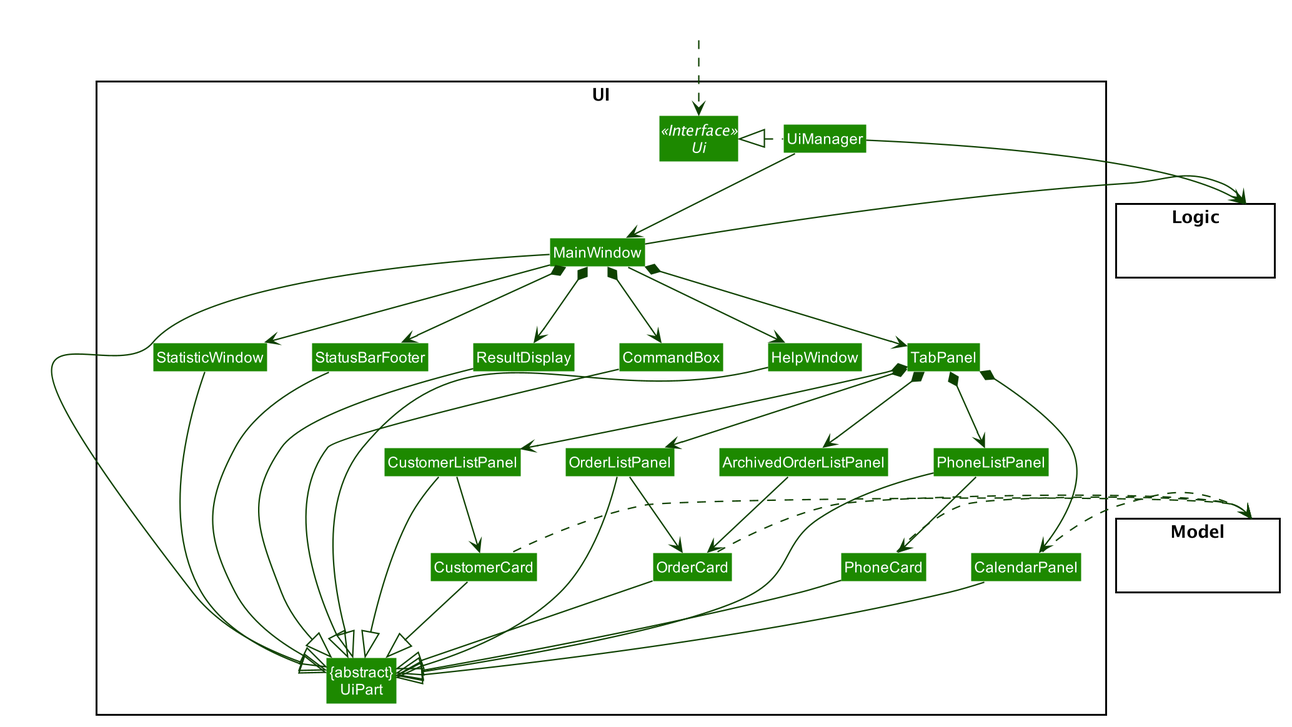
nus-cs2103-AY1920S1/addressbook-level3 keeps this PlantUML diagram as docs/images/UiClassDiagram.png. Above is the earlier version.
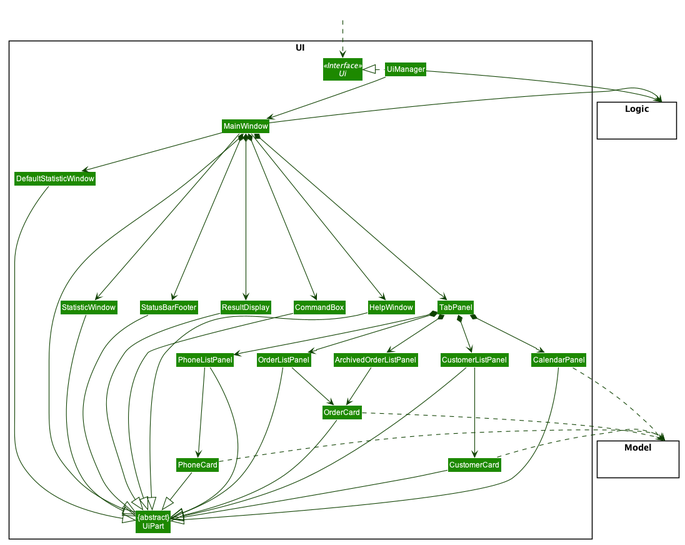
Later version of the same file.

Diff of the diagram source:
```diff
@@ -71,6 +71,7 @@
 Class CommandBox
 Class TabPanel
 Class StatisticWindow
+Class DefaultStatisticWindow
 }
 
 package Model <<Rectangle>> {
@@ -87,7 +88,8 @@
 UiManager .left.|> Ui
 UiManager -down-> MainWindow
 MainWindow --> HelpWindow
-MainWindow --> StatisticWindow
+MainWindow -----> StatisticWindow
+MainWindow -right--> DefaultStatisticWindow
 MainWindow *-down-> CommandBox
 MainWindow *-down-> ResultDisplay
 MainWindow *-down-> TabPanel
@@ -116,11 +118,12 @@
 UiManager -right-> Logic
 MainWindow -right-> Logic
 
-CustomerListPanel --|> UiPart
-PhoneListPanel --|> UiPart
-OrderListPanel--|> UiPart
-CalendarPanel --|> UiPart
-StatisticWindow --|> UiPart
+CustomerListPanel ----|> UiPart
+PhoneListPanel ----|> UiPart
+OrderListPanel----|> UiPart
+CalendarPanel ----|> UiPart
+StatisticWindow ----|> UiPart
+DefaultStatisticWindow ----|> UiPart
 CustomerCard -down-|> UiPart
 PhoneCard -down-|> UiPart
 OrderCard -down-|> UiPart
```
